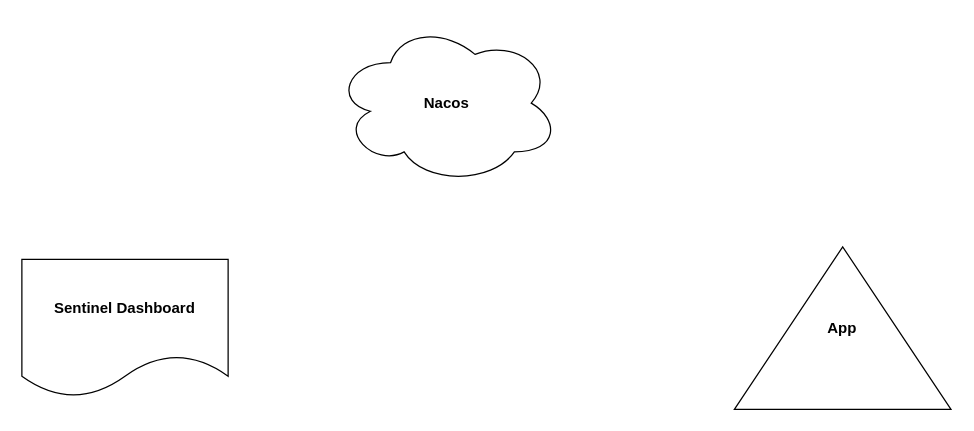
Before: sentinel-nacos.drawio in ChrisFynnWang/algorithm, a draw.io diagram. Source tidied: cells renumbered, new cells numbered last; positions are measured from the earlier drawing's top-left corner, leaving out a move shared by most shapes. Both pictures are drawn from the tidied source at 125%, with x=0, y=0 at pixel (21, 21).
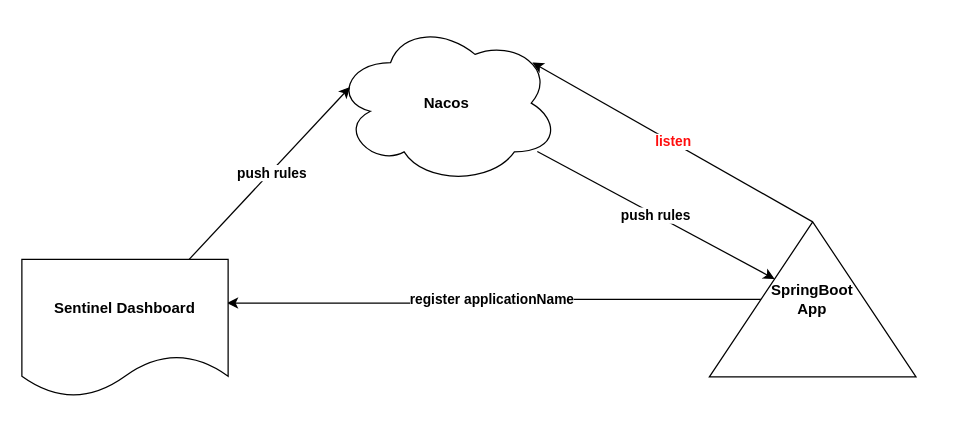
Above is the later version.

Diff of the diagram source:
```diff
@@
 <mxGraphModel>
   <root>
     <mxCell id="0" />
     <mxCell id="1" parent="0" />
+    <mxCell id="5" value="push rules" style="edgeStyle=none;rounded=0;jettySize=auto;html=1;fontStyle=1;" parent="1" edge="1" source="2" target="3">
+      <mxGeometry relative="1" as="geometry" />
+    </mxCell>
     <mxCell id="2" value="&lt;b&gt;Nacos&lt;/b&gt;" style="ellipse;shape=cloud;whiteSpace=wrap;html=1;" parent="1" vertex="1">
       <mxGeometry x="250" width="180" height="130" as="geometry" />
     </mxCell>
+    <mxCell id="6" value="register applicationName" style="edgeStyle=orthogonalEdgeStyle;rounded=0;jettySize=auto;html=1;entryX=0.994;entryY=0.318;entryDx=0;entryDy=0;entryPerimeter=0;fontStyle=1;" parent="1" edge="1" source="3" target="4">
+      <mxGeometry relative="1" as="geometry" />
+    </mxCell>
+    <mxCell id="7" value="&lt;font color=&quot;#ff0d0d&quot;&gt;listen&lt;/font&gt;" style="edgeStyle=none;rounded=0;jettySize=auto;html=1;entryX=0.88;entryY=0.25;entryDx=0;entryDy=0;entryPerimeter=0;exitX=1;exitY=0.5;exitDx=0;exitDy=0;fontStyle=1;" parent="1" edge="1" source="3" target="2">
+      <mxGeometry relative="1" as="geometry" />
+    </mxCell>
-    <mxCell id="3" value="App" style="triangle;whiteSpace=wrap;html=1;direction=north;fontStyle=1;" parent="1" vertex="1">
-      <mxGeometry x="570" y="180" width="173.3" height="130" as="geometry" />
+    <mxCell id="3" value="SpringBoot &lt;br&gt;App" style="triangle;whiteSpace=wrap;html=1;direction=north;fontStyle=1;" parent="1" vertex="1">
+      <mxGeometry x="550" y="160" width="165.3" height="124" as="geometry" />
     </mxCell>
+    <mxCell id="8" style="rounded=0;jettySize=auto;html=1;entryX=0.07;entryY=0.4;entryDx=0;entryDy=0;entryPerimeter=0;" parent="1" edge="1" source="4" target="2">
+      <mxGeometry relative="1" as="geometry" />
+    </mxCell>
+    <mxCell id="9" value="push rules" style="edgeLabel;html=1;align=center;verticalAlign=middle;fontStyle=1;" parent="8" vertex="1">
+      <mxGeometry x="0.21" y="-3" relative="1" as="geometry">
+        <mxPoint x="-14" y="12" as="offset" />
+      </mxGeometry>
+    </mxCell>
     <mxCell id="4" value="Sentinel Dashboard" style="shape=document;whiteSpace=wrap;html=1;boundedLbl=1;fontStyle=1;" parent="1" vertex="1">
       <mxGeometry y="190" width="165" height="110" as="geometry" />
     </mxCell>
   </root>
 </mxGraphModel>
```
